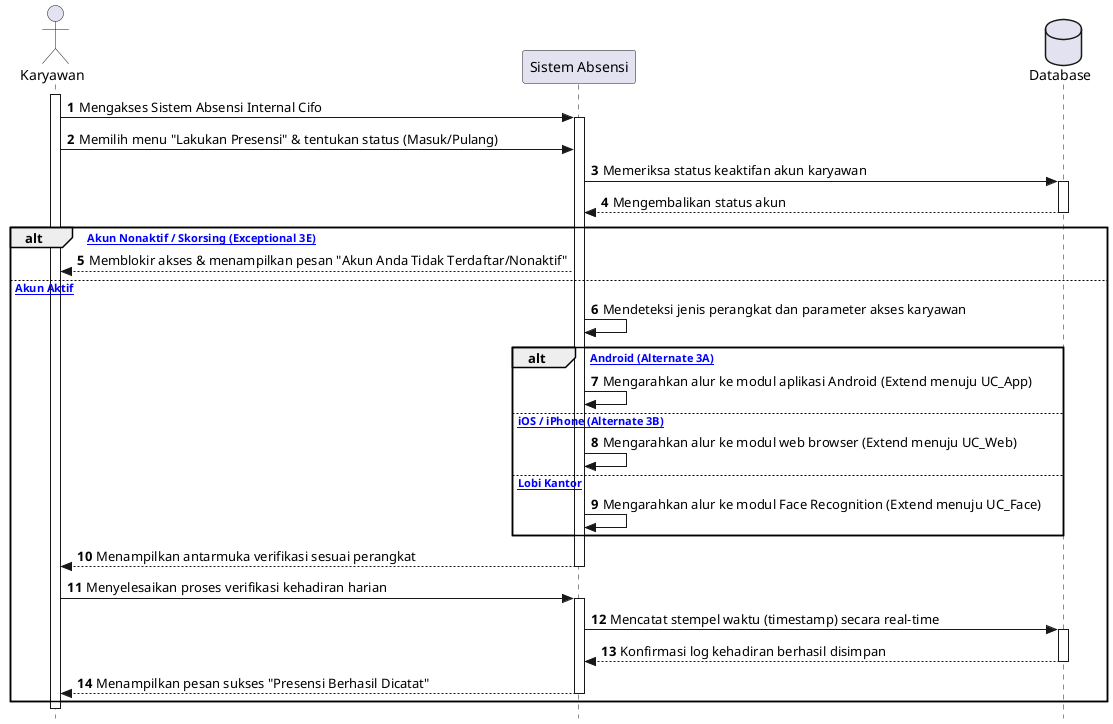
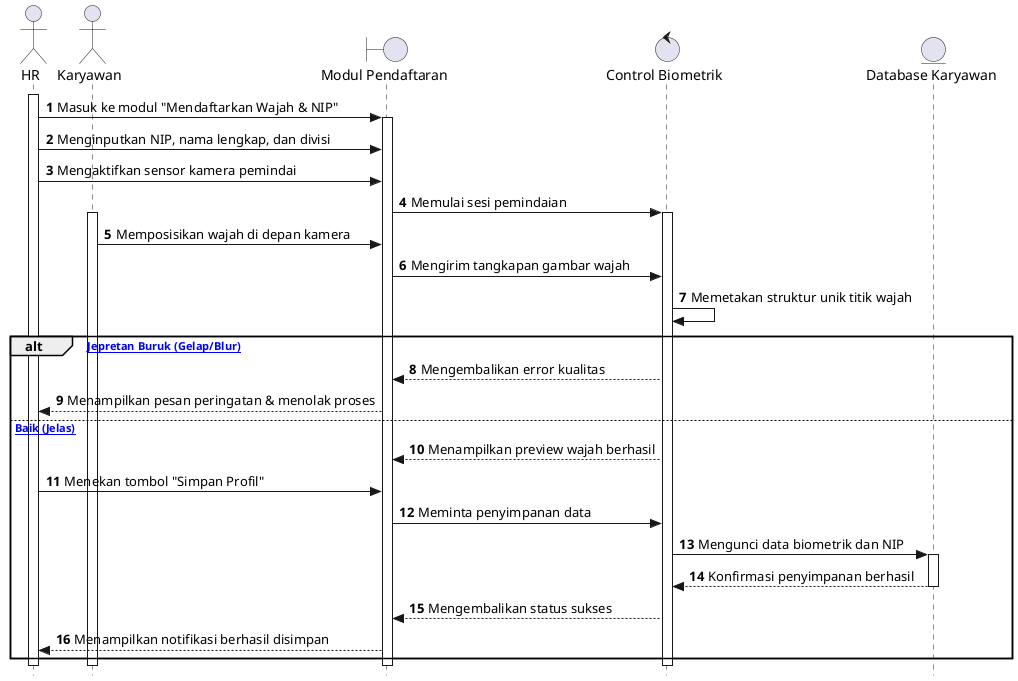
@startuml
autonumber
skinparam style strictuml

+ actor HR
actor Karyawan
- participant "Sistem Absensi" as Sys
- database "Database" as DB
+ boundary "Modul Pendaftaran" as Form
+ control "Control Biometrik" as Ctrl
+ entity "Database Karyawan" as DB
+ 
+ activate HR
+ HR -> Form: Masuk ke modul "Mendaftarkan Wajah & NIP"
+ activate Form
+ HR -> Form: Menginputkan NIP, nama lengkap, dan divisi
+ HR -> Form: Mengaktifkan sensor kamera pemindai
+ Form -> Ctrl: Memulai sesi pemindaian
+ activate Ctrl

activate Karyawan
- Karyawan -> Sys: Mengakses Sistem Absensi Internal Cifo
- activate Sys
- Karyawan -> Sys: Memilih menu "Lakukan Presensi" & tentukan status (Masuk/Pulang)
+ Karyawan -> Form: Memposisikan wajah di depan kamera
+ Form -> Ctrl: Mengirim tangkapan gambar wajah
+ Ctrl -> Ctrl: Memetakan struktur unik titik wajah

- Sys -> DB: Memeriksa status keaktifan akun karyawan
- activate DB
- DB --> Sys: Mengembalikan status akun
- deactivate DB
- 
- alt [Status Akun Nonaktif / Skorsing (Exceptional 3E)]
-     Sys --> Karyawan: Memblokir akses & menampilkan pesan "Akun Anda Tidak Terdaftar/Nonaktif"
- else [Status Akun Aktif]
-     Sys -> Sys: Mendeteksi jenis perangkat dan parameter akses karyawan
- 
-     alt [Perangkat Android (Alternate 3A)]
-         Sys -> Sys: Mengarahkan alur ke modul aplikasi Android (Extend menuju UC_App)
-     else [Perangkat iOS / iPhone (Alternate 3B)]
-         Sys -> Sys: Mengarahkan alur ke modul web browser (Extend menuju UC_Web)
-     else [Terminal Lobi Kantor]
-         Sys -> Sys: Mengarahkan alur ke modul Face Recognition (Extend menuju UC_Face)
-     end
- 
-     Sys --> Karyawan: Menampilkan antarmuka verifikasi sesuai perangkat
-     deactivate Sys
- 
-     Karyawan -> Sys: Menyelesaikan proses verifikasi kehadiran harian
-     activate Sys
-     Sys -> DB: Mencatat stempel waktu (timestamp) secara real-time
+ alt [Kualitas Jepretan Buruk (Gelap/Blur)]
+     Ctrl --> Form: Mengembalikan error kualitas
+     Form --> HR: Menampilkan pesan peringatan & menolak proses
+ else [Kualitas Baik (Jelas)]
+     Ctrl --> Form: Menampilkan preview wajah berhasil
+     HR -> Form: Menekan tombol "Simpan Profil"
+     Form -> Ctrl: Meminta penyimpanan data
+     Ctrl -> DB: Mengunci data biometrik dan NIP
    activate DB
-     DB --> Sys: Konfirmasi log kehadiran berhasil disimpan
+     DB --> Ctrl: Konfirmasi penyimpanan berhasil
    deactivate DB
-     Sys --> Karyawan: Menampilkan pesan sukses "Presensi Berhasil Dicatat"
-     deactivate Sys
+     Ctrl --> Form: Mengembalikan status sukses
+     Form --> HR: Menampilkan notifikasi berhasil disimpan
end

deactivate Karyawan
+ deactivate Ctrl
+ deactivate Form
+ deactivate HR
@enduml